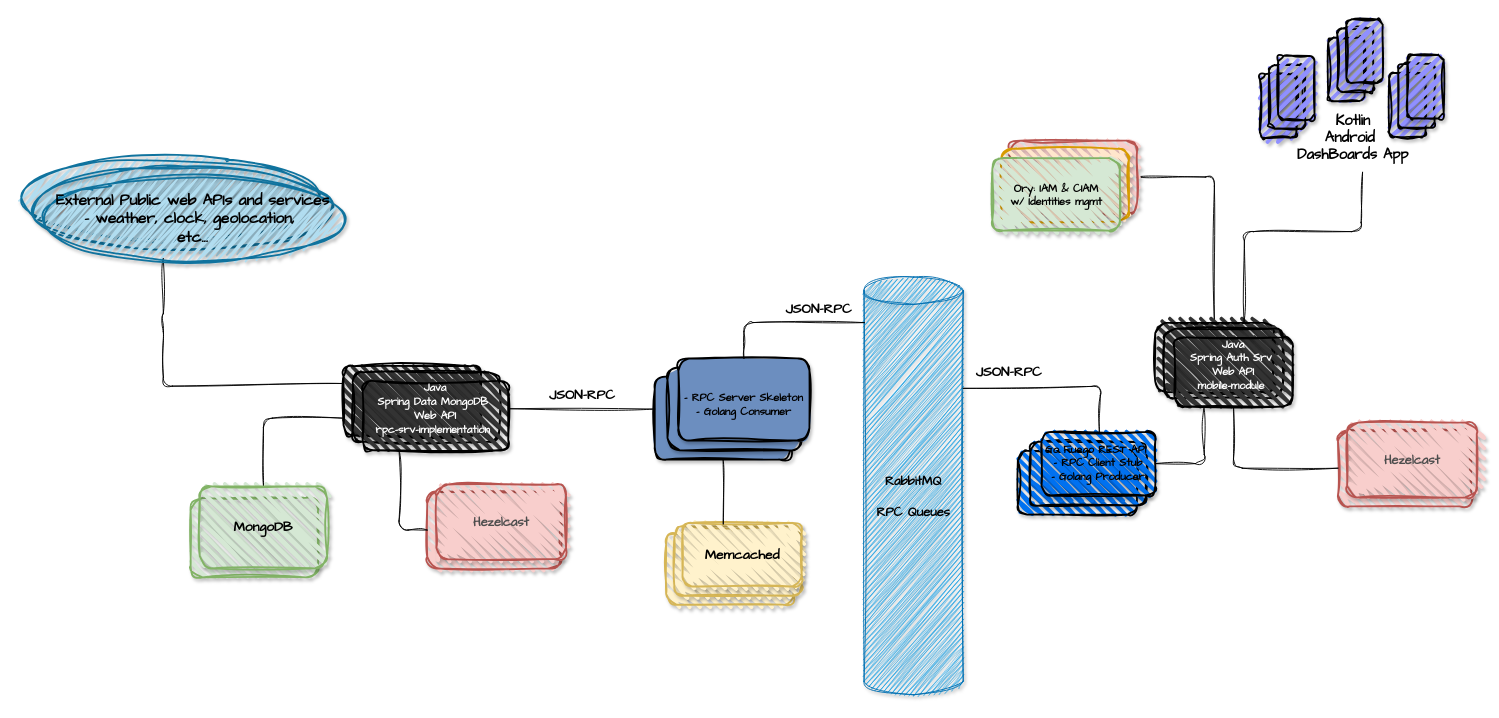
Earlier version of the draw.io diagram docs/world-info-dashboards.drawio (mesbrj/world-info-dashboards). Source tidied: cells renumbered, new cells numbered last; positions are measured from the earlier drawing's top-left corner, leaving out a move shared by most shapes. Both pictures are drawn from the tidied source at 91%, with x=0, y=0 at pixel (20, 33).
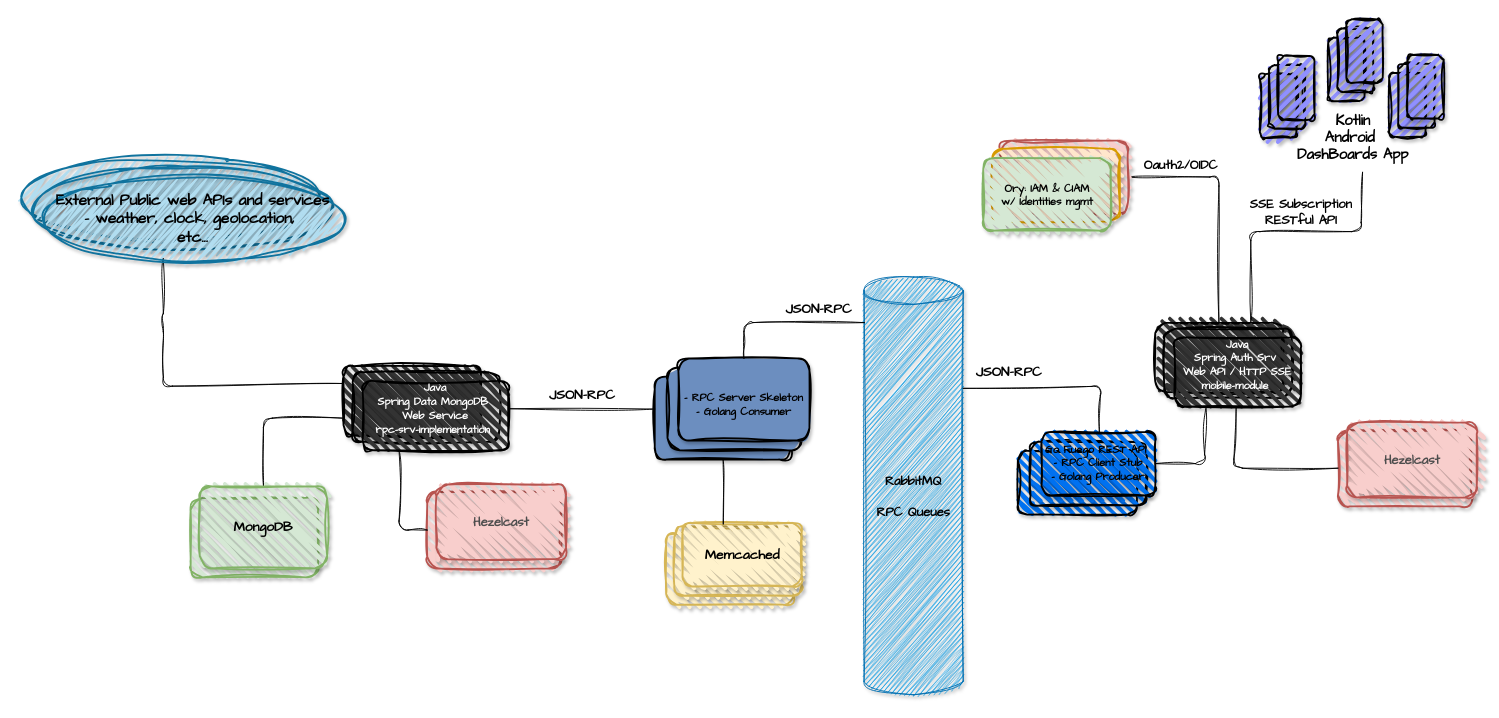
After the change.

The change refers to these unchanged cells:
```xml
<mxCell id="33" value="Kotlin&lt;div&gt;Android&amp;nbsp;&lt;/div&gt;&lt;div&gt;DashBoards App&lt;/div&gt;" style="text;html=1;align=center;verticalAlign=middle;points=[];strokeColor=none;fillColor=none;fontFamily=Comic Sans MS;fontSize=16;fontStyle=1;" parent="1" vertex="1">
  <mxGeometry x="1389" y="80" width="150" height="70" as="geometry" />
</mxCell>
```

The edit, as a diff of the source:
```diff
@@
     <mxCell id="5" style="edgeStyle=none;html=1;exitX=1;exitY=0.5;exitDx=0;exitDy=0;entryX=0.5;entryY=0;entryDx=0;entryDy=0;sketch=1;curveFitting=1;jiggle=2;endArrow=none;endFill=0;" parent="1" edge="1" source="6" target="12">
       <mxGeometry relative="1" as="geometry">
         <Array as="points">
-          <mxPoint x="1312" y="158" />
+          <mxPoint x="1317" y="158" />
         </Array>
       </mxGeometry>
     </mxCell>
     <mxCell id="6" style="rounded=1;whiteSpace=wrap;html=1;strokeWidth=2;fillWeight=4;hachureGap=8;hachureAngle=45;fillColor=#f8cecc;strokeColor=#b85450;shadow=1;fillStyle=zigzag;sketch=1;curveFitting=1;jiggle=2;" parent="1" vertex="1">
-      <mxGeometry x="1087" y="118" width="140" height="80" as="geometry" />
+      <mxGeometry x="1077" y="118" width="140" height="80" as="geometry" />
     </mxCell>
     <mxCell id="7" style="rounded=1;whiteSpace=wrap;html=1;strokeWidth=2;fillWeight=4;hachureGap=8;hachureAngle=45;fillColor=#ffe6cc;strokeColor=#d79b00;shadow=1;fillStyle=zigzag;sketch=1;curveFitting=1;jiggle=2;" parent="1" vertex="1">
-      <mxGeometry x="1078" y="127" width="140" height="80" as="geometry" />
+      <mxGeometry x="1068" y="127" width="140" height="80" as="geometry" />
     </mxCell>
@@
     <mxCell id="12" style="rounded=1;whiteSpace=wrap;html=1;strokeWidth=2;fillWeight=4;hachureGap=8;hachureAngle=45;fillColor=light-dark(#333333,#198CC4);shadow=1;sketch=1;curveFitting=1;jiggle=2;" parent="1" vertex="1">
-      <mxGeometry x="1247" y="318" width="130" height="76.2" as="geometry" />
+      <mxGeometry x="1247" y="318" width="140" height="76.2" as="geometry" />
     </mxCell>
     <mxCell id="13" style="rounded=1;whiteSpace=wrap;html=1;strokeWidth=2;fillWeight=4;hachureGap=8;hachureAngle=45;fillColor=light-dark(#333333,#198CC4);shadow=1;sketch=1;curveFitting=1;jiggle=2;" parent="1" vertex="1">
-      <mxGeometry x="1257" y="324.8" width="130" height="76.2" as="geometry" />
+      <mxGeometry x="1257" y="324.8" width="140" height="76.2" as="geometry" />
     </mxCell>
@@
-    <mxCell id="16" value="&lt;span style=&quot;font-family: &amp;quot;Comic Sans MS&amp;quot;; text-wrap-mode: nowrap;&quot;&gt;&lt;font style=&quot;color: rgb(255, 255, 255);&quot;&gt;Java&lt;/font&gt;&lt;/span&gt;&lt;div&gt;&lt;span style=&quot;font-family: &amp;quot;Comic Sans MS&amp;quot;; text-wrap-mode: nowrap;&quot;&gt;&lt;font style=&quot;color: rgb(255, 255, 255);&quot;&gt;Spring Auth Srv&amp;nbsp;&lt;/font&gt;&lt;/span&gt;&lt;/div&gt;&lt;div&gt;&lt;span style=&quot;font-family: &amp;quot;Comic Sans MS&amp;quot;; text-wrap-mode: nowrap;&quot;&gt;&lt;font style=&quot;color: rgb(255, 255, 255);&quot;&gt;Web API&lt;/font&gt;&lt;/span&gt;&lt;/div&gt;&lt;div&gt;&lt;span style=&quot;font-family: &amp;quot;Comic Sans MS&amp;quot;; text-wrap-mode: nowrap;&quot;&gt;&lt;font style=&quot;color: rgb(255, 255, 255);&quot;&gt;mobile-module&amp;nbsp;&lt;/font&gt;&lt;/span&gt;&lt;div&gt;&lt;br&gt;&lt;/div&gt;&lt;/div&gt;" style="rounded=1;whiteSpace=wrap;html=1;strokeWidth=2;fillWeight=4;hachureGap=8;hachureAngle=45;fillColor=light-dark(#333333,#198CC4);shadow=1;sketch=1;curveFitting=1;jiggle=2;fontStyle=1;" parent="1" vertex="1">
-      <mxGeometry x="1268" y="334.2" width="130" height="76.2" as="geometry" />
+    <mxCell id="16" value="&lt;span style=&quot;font-family: &amp;quot;Comic Sans MS&amp;quot;; text-wrap-mode: nowrap;&quot;&gt;&lt;font style=&quot;color: rgb(255, 255, 255);&quot;&gt;Java&lt;/font&gt;&lt;/span&gt;&lt;div&gt;&lt;span style=&quot;font-family: &amp;quot;Comic Sans MS&amp;quot;; text-wrap-mode: nowrap;&quot;&gt;&lt;font style=&quot;color: rgb(255, 255, 255);&quot;&gt;Spring Auth Srv&amp;nbsp;&lt;/font&gt;&lt;/span&gt;&lt;/div&gt;&lt;div&gt;&lt;span style=&quot;font-family: &amp;quot;Comic Sans MS&amp;quot;; text-wrap-mode: nowrap;&quot;&gt;&lt;font style=&quot;color: rgb(255, 255, 255);&quot;&gt;Web API / HTTP SSE&lt;/font&gt;&lt;/span&gt;&lt;/div&gt;&lt;div&gt;&lt;span style=&quot;font-family: &amp;quot;Comic Sans MS&amp;quot;; text-wrap-mode: nowrap;&quot;&gt;&lt;font style=&quot;color: rgb(255, 255, 255);&quot;&gt;mobile-module&amp;nbsp;&lt;/font&gt;&lt;/span&gt;&lt;div&gt;&lt;br&gt;&lt;/div&gt;&lt;/div&gt;" style="rounded=1;whiteSpace=wrap;html=1;strokeWidth=2;fillWeight=4;hachureGap=8;hachureAngle=45;fillColor=light-dark(#333333,#198CC4);shadow=1;sketch=1;curveFitting=1;jiggle=2;fontStyle=1;" parent="1" vertex="1">
+      <mxGeometry x="1268" y="334.2" width="139" height="76.2" as="geometry" />
     </mxCell>
     <mxCell id="17" style="rounded=1;whiteSpace=wrap;html=1;strokeWidth=2;fillWeight=4;hachureGap=8;hachureAngle=45;fillColor=#d5e8d4;strokeColor=#82b366;glass=0;shadow=1;fillStyle=zigzag;sketch=1;curveFitting=1;jiggle=2;" parent="1" vertex="1">
-      <mxGeometry x="1068" y="137" width="140" height="80" as="geometry" />
+      <mxGeometry x="1058" y="137" width="140" height="80" as="geometry" />
     </mxCell>
     <mxCell id="18" value="&lt;font style=&quot;color: rgb(0, 0, 0);&quot;&gt;&lt;span style=&quot;font-family: &amp;quot;Comic Sans MS&amp;quot;;&quot;&gt;Ory&lt;/span&gt;&lt;span style=&quot;font-family: &amp;quot;Comic Sans MS&amp;quot;; background-color: transparent;&quot;&gt;: IAM &amp;amp; CIAM&lt;/span&gt;&lt;/font&gt;&lt;div style=&quot;font-family: &amp;quot;Comic Sans MS&amp;quot;;&quot;&gt;&lt;span style=&quot;background-color: transparent;&quot;&gt;&lt;font style=&quot;color: rgb(0, 0, 0);&quot;&gt;&amp;nbsp;w/ Identities mgmt&amp;nbsp;&lt;/font&gt;&lt;/span&gt;&lt;/div&gt;" style="text;html=1;align=center;verticalAlign=middle;strokeColor=none;fillColor=none;shadow=1;fontStyle=1;sketch=1;curveFitting=1;jiggle=2;" parent="1" vertex="1">
-      <mxGeometry x="1067.5" y="158" width="140" height="40" as="geometry" />
+      <mxGeometry x="1057.5" y="158" width="140" height="40" as="geometry" />
     </mxCell>
@@
     <mxCell id="34" style="edgeStyle=none;html=1;entryX=0.572;entryY=1.04;entryDx=0;entryDy=0;entryPerimeter=0;sketch=1;curveFitting=1;jiggle=2;endArrow=none;endFill=0;exitX=0.75;exitY=0;exitDx=0;exitDy=0;" parent="1" edge="1" source="12" target="33">
       <mxGeometry relative="1" as="geometry">
         <Array as="points">
-          <mxPoint x="1345" y="218" />
+          <mxPoint x="1352" y="218" />
           <mxPoint x="1473" y="218" />
         </Array>
       </mxGeometry>
     </mxCell>
@@
-    <mxCell id="45" value="&lt;span style=&quot;font-family: &amp;quot;Comic Sans MS&amp;quot;; text-wrap-mode: nowrap;&quot;&gt;&lt;font style=&quot;color: rgb(255, 255, 255);&quot;&gt;Java&lt;/font&gt;&lt;/span&gt;&lt;div&gt;&lt;span style=&quot;font-family: &amp;quot;Comic Sans MS&amp;quot;; text-wrap-mode: nowrap;&quot;&gt;&lt;font style=&quot;color: rgb(255, 255, 255);&quot;&gt;Spring Data MongoDB&amp;nbsp;&lt;/font&gt;&lt;/span&gt;&lt;/div&gt;&lt;div&gt;&lt;span style=&quot;font-family: &amp;quot;Comic Sans MS&amp;quot;; text-wrap-mode: nowrap;&quot;&gt;&lt;font style=&quot;color: rgb(255, 255, 255);&quot;&gt;Web API&lt;/font&gt;&lt;/span&gt;&lt;/div&gt;&lt;div&gt;&lt;span style=&quot;font-family: &amp;quot;Comic Sans MS&amp;quot;; text-wrap-mode: nowrap;&quot;&gt;&lt;font style=&quot;color: rgb(255, 255, 255);&quot;&gt;rpc-srv-implementation&amp;nbsp;&lt;/font&gt;&lt;/span&gt;&lt;div&gt;&lt;br&gt;&lt;/div&gt;&lt;/div&gt;" style="rounded=1;whiteSpace=wrap;html=1;strokeWidth=2;fillWeight=4;hachureGap=8;hachureAngle=45;fillColor=light-dark(#333333,#198CC4);shadow=1;sketch=1;curveFitting=1;jiggle=2;fontStyle=1;" parent="1" vertex="1">
+    <mxCell id="45" value="&lt;span style=&quot;font-family: &amp;quot;Comic Sans MS&amp;quot;; text-wrap-mode: nowrap;&quot;&gt;&lt;font style=&quot;color: rgb(255, 255, 255);&quot;&gt;Java&lt;/font&gt;&lt;/span&gt;&lt;div&gt;&lt;span style=&quot;font-family: &amp;quot;Comic Sans MS&amp;quot;; text-wrap-mode: nowrap;&quot;&gt;&lt;font style=&quot;color: rgb(255, 255, 255);&quot;&gt;Spring Data MongoDB&amp;nbsp;&lt;/font&gt;&lt;/span&gt;&lt;/div&gt;&lt;div&gt;&lt;span style=&quot;font-family: &amp;quot;Comic Sans MS&amp;quot;; text-wrap-mode: nowrap;&quot;&gt;&lt;font style=&quot;color: rgb(255, 255, 255);&quot;&gt;Web Service&lt;/font&gt;&lt;/span&gt;&lt;/div&gt;&lt;div&gt;&lt;span style=&quot;font-family: &amp;quot;Comic Sans MS&amp;quot;; text-wrap-mode: nowrap;&quot;&gt;&lt;font style=&quot;color: rgb(255, 255, 255);&quot;&gt;rpc-srv-implementation&amp;nbsp;&lt;/font&gt;&lt;/span&gt;&lt;div&gt;&lt;br&gt;&lt;/div&gt;&lt;/div&gt;" style="rounded=1;whiteSpace=wrap;html=1;strokeWidth=2;fillWeight=4;hachureGap=8;hachureAngle=45;fillColor=light-dark(#333333,#198CC4);shadow=1;sketch=1;curveFitting=1;jiggle=2;fontStyle=1;" parent="1" vertex="1">
       <mxGeometry x="376" y="382.1" width="160" height="76.2" as="geometry" />
     </mxCell>
@@
+    <mxCell id="55" value="&lt;b&gt;&lt;font style=&quot;font-size: 14px;&quot;&gt;SSE Subscription&lt;/font&gt;&lt;/b&gt;&lt;div&gt;&lt;b&gt;&lt;font style=&quot;font-size: 14px;&quot;&gt;RESTful API&lt;/font&gt;&lt;/b&gt;&lt;/div&gt;" style="text;html=1;align=center;verticalAlign=middle;strokeColor=none;fillColor=none;fontFamily=Architects Daughter;" parent="1" vertex="1">
+      <mxGeometry x="1337" y="172" width="140" height="50" as="geometry" />
+    </mxCell>
+    <mxCell id="56" value="&lt;font style=&quot;font-size: 14px;&quot;&gt;Oauth2/OIDC&lt;/font&gt;" style="text;html=1;align=center;verticalAlign=middle;strokeColor=none;fillColor=none;fontFamily=Comic Sans MS;fontStyle=1;fontSize=13;" parent="1" vertex="1">
+      <mxGeometry x="1215" y="131" width="120" height="30" as="geometry" />
+    </mxCell>
```
